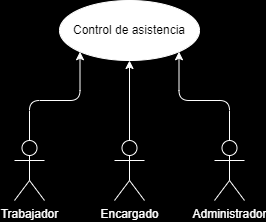
The draw.io diagram diagramaGeneral/diagramaGeneral.png in ecardosa/LogiRAIL-project, before a commit. Source tidied: cells renumbered, new cells last; positions are measured from the earlier drawing's top-left corner, leaving out a move shared by most shapes.
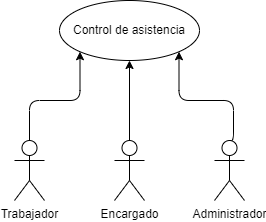
The same file after the commit.

Commit message:
Polished and enhanced diagrams

The edit, as a diff of the source:
```diff
@@ -1,26 +1,32 @@
-<mxGraphModel background="#000000">
+<mxGraphModel background="#FFFFFF">
   <root>
     <mxCell id="0" />
     <mxCell id="1" parent="0" />
-    <mxCell id="2" value="Control de asistencia" style="ellipse;whiteSpace=wrap;html=1;strokeColor=#FFFFFF;fillColor=#FFFFFF;fontColor=#000000;" parent="1" vertex="1">
+    <mxCell id="2" value="Control de asistencia" style="ellipse;whiteSpace=wrap;html=1;strokeColor=#000000;fillColor=#FFFFFF;fontColor=#000000;" parent="1" vertex="1">
       <mxGeometry x="45" width="140" height="60" as="geometry" />
     </mxCell>
-    <mxCell id="3" style="edgeStyle=orthogonalEdgeStyle;html=1;exitX=0.5;exitY=0;exitDx=0;exitDy=0;exitPerimeter=0;entryX=0;entryY=1;entryDx=0;entryDy=0;strokeColor=#FFFFFF;" parent="1" edge="1" source="4" target="2">
+    <mxCell id="3" style="edgeStyle=orthogonalEdgeStyle;html=1;exitX=0.5;exitY=0;exitDx=0;exitDy=0;exitPerimeter=0;entryX=0;entryY=1;entryDx=0;entryDy=0;strokeColor=#000000;" parent="1" edge="1" source="4" target="2">
       <mxGeometry relative="1" as="geometry" />
     </mxCell>
-    <mxCell id="4" value="Trabajador" style="shape=umlActor;verticalLabelPosition=bottom;verticalAlign=top;html=1;fillColor=none;strokeColor=#FFFFFF;fontColor=#FFFFFF;" parent="1" vertex="1">
+    <mxCell id="4" value="&lt;font color=&quot;#000000&quot;&gt;Trabajador&lt;/font&gt;" style="shape=umlActor;verticalLabelPosition=bottom;verticalAlign=top;html=1;fillColor=none;strokeColor=#000000;fontColor=#FFFFFF;" parent="1" vertex="1">
       <mxGeometry y="140" width="30" height="60" as="geometry" />
     </mxCell>
-    <mxCell id="5" style="edgeStyle=orthogonalEdgeStyle;html=1;exitX=0.5;exitY=0;exitDx=0;exitDy=0;exitPerimeter=0;entryX=0.5;entryY=1;entryDx=0;entryDy=0;strokeColor=#FFFFFF;" parent="1" edge="1" source="6" target="2">
+    <mxCell id="5" style="edgeStyle=orthogonalEdgeStyle;html=1;exitX=0.5;exitY=0;exitDx=0;exitDy=0;exitPerimeter=0;entryX=0.5;entryY=1;entryDx=0;entryDy=0;strokeColor=#000000;" parent="1" edge="1" source="6" target="2">
       <mxGeometry relative="1" as="geometry" />
     </mxCell>
-    <mxCell id="6" value="Encargado" style="shape=umlActor;verticalLabelPosition=bottom;verticalAlign=top;html=1;fillColor=none;strokeColor=#FFFFFF;fontColor=#FFFFFF;" parent="1" vertex="1">
+    <mxCell id="6" value="&lt;font color=&quot;#000000&quot;&gt;Encargado&lt;/font&gt;" style="shape=umlActor;verticalLabelPosition=bottom;verticalAlign=top;html=1;fillColor=none;strokeColor=#000000;fontColor=#FFFFFF;" parent="1" vertex="1">
       <mxGeometry x="100" y="140" width="30" height="60" as="geometry" />
     </mxCell>
-    <mxCell id="7" style="edgeStyle=orthogonalEdgeStyle;html=1;exitX=0.5;exitY=0;exitDx=0;exitDy=0;exitPerimeter=0;entryX=1;entryY=1;entryDx=0;entryDy=0;strokeColor=#FFFFFF;" parent="1" edge="1" source="8" target="2">
-      <mxGeometry relative="1" as="geometry" />
+    <mxCell id="7" style="edgeStyle=orthogonalEdgeStyle;html=1;exitX=0.5;exitY=0;exitDx=0;exitDy=0;exitPerimeter=0;entryX=1;entryY=1;entryDx=0;entryDy=0;strokeColor=#000000;" parent="1" edge="1" source="8" target="2">
+      <mxGeometry relative="1" as="geometry">
+        <Array as="points">
+          <mxPoint x="219" y="140" />
+          <mxPoint x="219" y="100" />
+          <mxPoint x="165" y="100" />
+        </Array>
+      </mxGeometry>
     </mxCell>
-    <mxCell id="8" value="Administrador" style="shape=umlActor;verticalLabelPosition=bottom;verticalAlign=top;html=1;fillColor=none;strokeColor=#FFFFFF;fontColor=#FFFFFF;" parent="1" vertex="1">
+    <mxCell id="8" value="&lt;font color=&quot;#000000&quot;&gt;Administrador&lt;/font&gt;" style="shape=umlActor;verticalLabelPosition=bottom;verticalAlign=top;html=1;fillColor=none;strokeColor=#000000;fontColor=#FFFFFF;" parent="1" vertex="1">
       <mxGeometry x="200" y="140" width="30" height="60" as="geometry" />
     </mxCell>
   </root>
```
